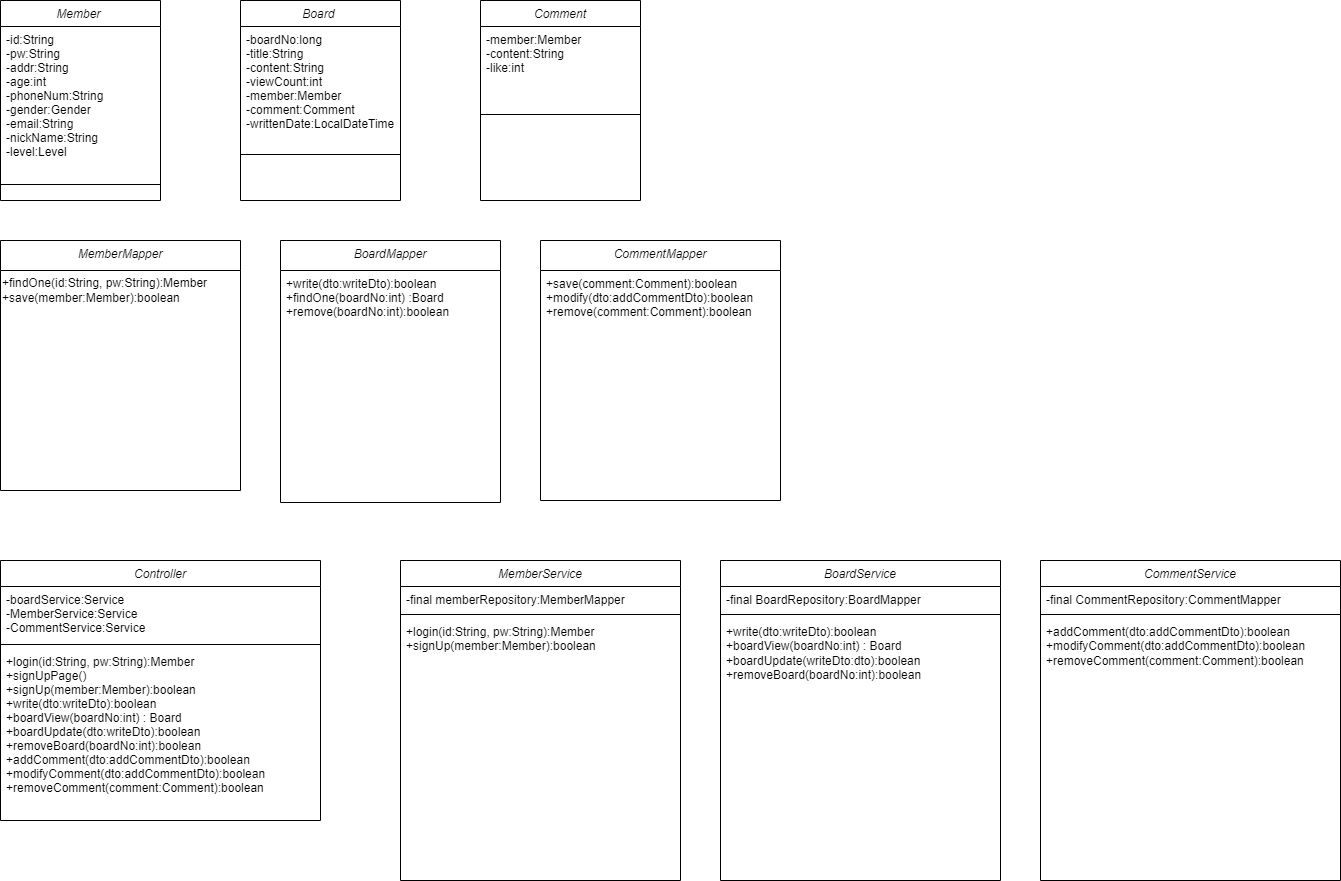
Above: classdiagram/클래스다이어그램.drawio.png in foreverTeam4/four (draw.io), before the change. Source tidied: cells renumbered, new cells last; positions are measured from the earlier drawing's top-left corner, leaving out a move shared by most shapes.
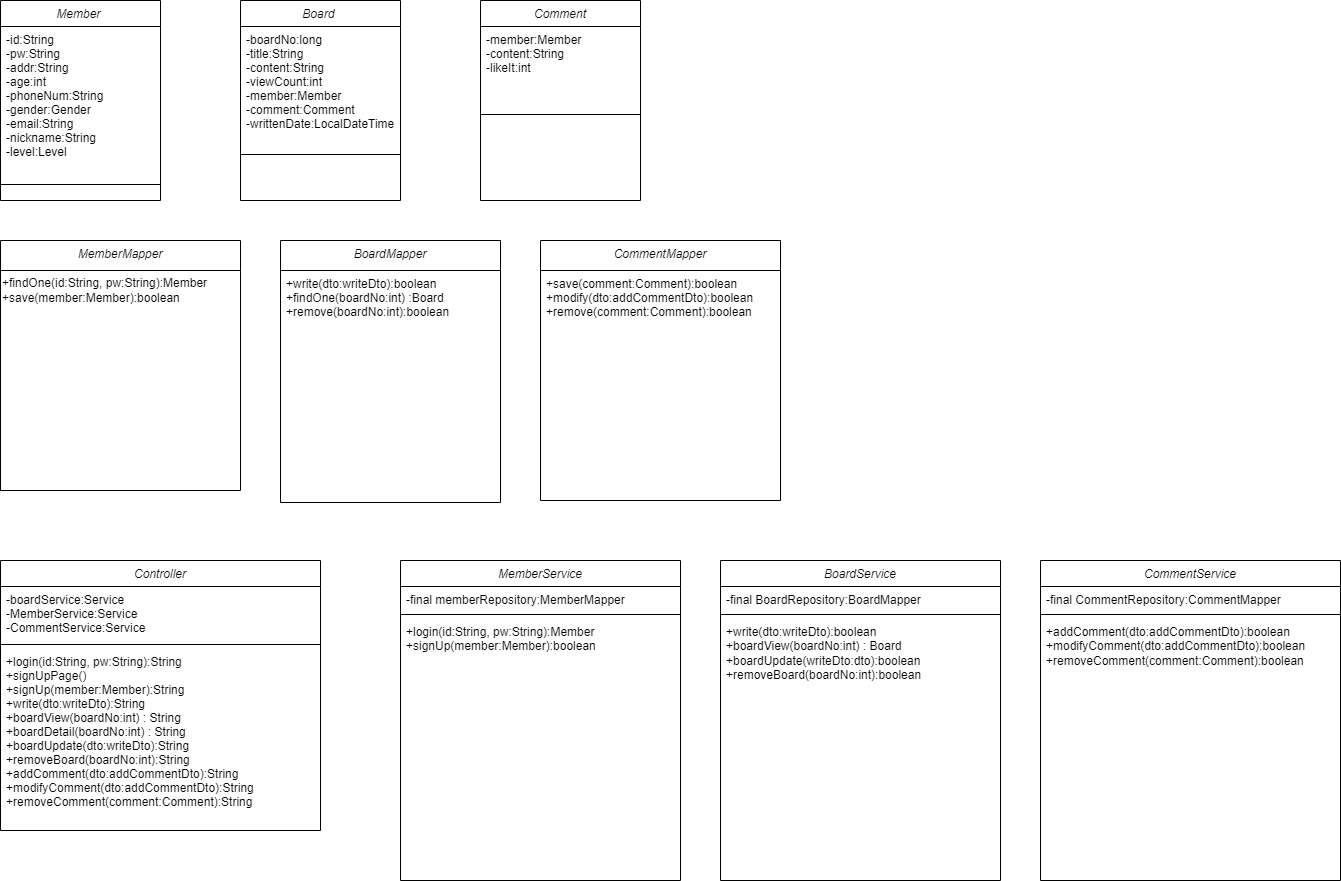
The same file after the commit.

The edit, as a diff of the source:
```diff
@@ -5,7 +5,7 @@
     <mxCell id="2" value="Member " style="swimlane;fontStyle=2;align=center;verticalAlign=top;horizontal=1;startSize=26;rounded=0;shadow=0;strokeWidth=1;" parent="1" vertex="1">
       <mxGeometry width="160" height="200" as="geometry" />
     </mxCell>
-    <mxCell id="3" value="-id:String&#10;-pw:String&#10;-addr:String&#10;-age:int&#10;-phoneNum:String&#10;-gender:Gender&#10;-email:String&#10;-nickName:String&#10;-level:Level&#10;&#10;" style="text;align=left;verticalAlign=top;spacingLeft=4;spacingRight=4;overflow=hidden;rounded=0;shadow=0;html=0;" parent="2" vertex="1">
+    <mxCell id="3" value="-id:String&#10;-pw:String&#10;-addr:String&#10;-age:int&#10;-phoneNum:String&#10;-gender:Gender&#10;-email:String&#10;-nickname:String&#10;-level:Level&#10;&#10;" style="text;align=left;verticalAlign=top;spacingLeft=4;spacingRight=4;overflow=hidden;rounded=0;shadow=0;html=0;" parent="2" vertex="1">
       <mxGeometry y="26" width="160" height="154" as="geometry" />
     </mxCell>
     <mxCell id="4" style="line;html=1;strokeWidth=1;align=left;verticalAlign=middle;spacingTop=-1;spacingLeft=3;spacingRight=3;labelPosition=right;" parent="2" vertex="1">
@@ -23,14 +23,14 @@
     <mxCell id="8" value="Comment" style="swimlane;fontStyle=2;align=center;verticalAlign=top;horizontal=1;startSize=26;rounded=0;shadow=0;strokeWidth=1;" parent="1" vertex="1">
       <mxGeometry x="480" width="160" height="200" as="geometry" />
     </mxCell>
-    <mxCell id="9" value="-member:Member&#10;-content:String&#10;-like:int" style="text;align=left;verticalAlign=top;spacingLeft=4;spacingRight=4;overflow=hidden;rounded=0;shadow=0;html=0;" parent="8" vertex="1">
+    <mxCell id="9" value="-member:Member&#10;-content:String&#10;-likeIt:int" style="text;align=left;verticalAlign=top;spacingLeft=4;spacingRight=4;overflow=hidden;rounded=0;shadow=0;html=0;" parent="8" vertex="1">
       <mxGeometry y="26" width="160" height="84" as="geometry" />
     </mxCell>
     <mxCell id="10" style="line;html=1;strokeWidth=1;align=left;verticalAlign=middle;spacingTop=-1;spacingLeft=3;spacingRight=3;labelPosition=right;" parent="8" vertex="1">
       <mxGeometry y="110" width="160" height="8" as="geometry" />
     </mxCell>
     <mxCell id="11" value="Controller" style="swimlane;fontStyle=2;align=center;verticalAlign=top;horizontal=1;startSize=26;rounded=0;shadow=0;strokeWidth=1;" parent="1" vertex="1">
-      <mxGeometry y="560" width="320" height="260" as="geometry" />
+      <mxGeometry y="560" width="320" height="270" as="geometry" />
     </mxCell>
     <mxCell id="12" value="-boardService:Service&#10;-MemberService:Service&#10;-CommentService:Service&#10;" style="text;align=left;verticalAlign=top;spacingLeft=4;spacingRight=4;overflow=hidden;rounded=0;shadow=0;html=0;" parent="11" vertex="1">
       <mxGeometry y="26" width="320" height="54" as="geometry" />
@@ -38,8 +38,8 @@
     <mxCell id="13" style="line;html=1;strokeWidth=1;align=left;verticalAlign=middle;spacingTop=-1;spacingLeft=3;spacingRight=3;labelPosition=right;" parent="11" vertex="1">
       <mxGeometry y="80" width="320" height="8" as="geometry" />
     </mxCell>
-    <mxCell id="14" value="+login(id:String, pw:String):Member&#10;+signUpPage()&#10;+signUp(member:Member):boolean&#10;+write(dto:writeDto):boolean&#10;+boardView(boardNo:int) : Board&#10;+boardUpdate(dto:writeDto):boolean&#10;+removeBoard(boardNo:int):boolean&#10;+addComment(dto:addCommentDto):boolean&#10;+modifyComment(dto:addCommentDto):boolean&#10;+removeComment(comment:Comment):boolean" style="text;align=left;verticalAlign=top;spacingLeft=4;spacingRight=4;overflow=hidden;rounded=0;shadow=0;html=0;" parent="11" vertex="1">
-      <mxGeometry y="88" width="320" height="172" as="geometry" />
+    <mxCell id="14" value="+login(id:String, pw:String):String&#10;+signUpPage()&#10;+signUp(member:Member):String&#10;+write(dto:writeDto):String&#10;+boardView(boardNo:int) : String&#10;+boardDetail(boardNo:int) : String&#10;+boardUpdate(dto:writeDto):String&#10;+removeBoard(boardNo:int):String&#10;+addComment(dto:addCommentDto):String&#10;+modifyComment(dto:addCommentDto):String&#10;+removeComment(comment:Comment):String" style="text;align=left;verticalAlign=top;spacingLeft=4;spacingRight=4;overflow=hidden;rounded=0;shadow=0;html=0;" parent="11" vertex="1">
+      <mxGeometry y="88" width="320" height="182" as="geometry" />
     </mxCell>
     <mxCell id="15" value="MemberService" style="swimlane;fontStyle=2;align=center;verticalAlign=top;horizontal=1;startSize=26;rounded=0;shadow=0;strokeWidth=1;" parent="1" vertex="1">
       <mxGeometry x="400" y="560" width="280" height="320" as="geometry" />
```
